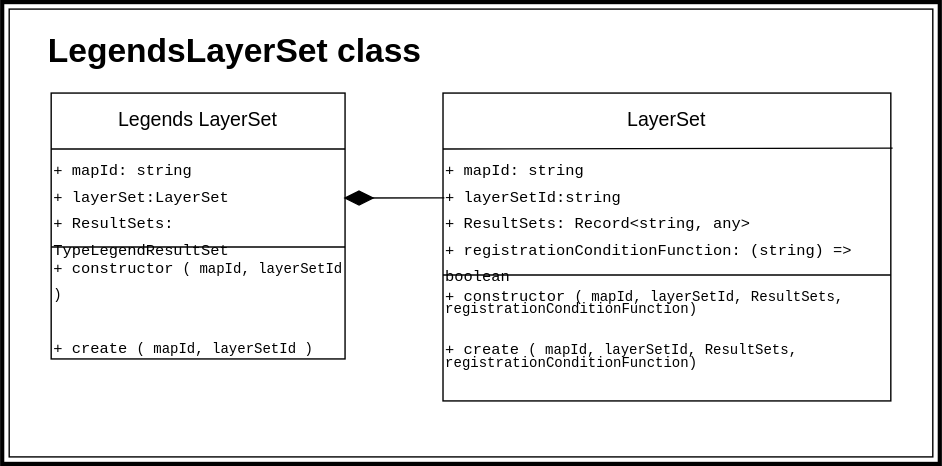
The draw.io diagram docs/app/event/LegendsLayerSet/draw.io/LegendsLayerSet-class.drawio.svg in Canadian-Geospatial-Platform/geoview, before a commit. Source tidied: cells renumbered, new cells last; positions are measured from the earlier drawing's top-left corner, leaving out a move shared by most shapes. The source it was exported from:
```xml
<mxGraphModel background="#ffffff">
  <root>
    <mxCell id="0" />
    <mxCell id="1" parent="0" />
    <mxCell id="2" style="rounded=0;whiteSpace=wrap;html=1;fillColor=none;strokeColor=#000000;" parent="1" vertex="1">
      <mxGeometry x="5" y="5" width="660" height="320" as="geometry" />
    </mxCell>
    <mxCell id="3" style="rounded=0;whiteSpace=wrap;html=1;fillColor=none;strokeColor=#000000;strokeWidth=3;" parent="1" vertex="1">
      <mxGeometry width="670" height="330" as="geometry" />
    </mxCell>
    <mxCell id="4" value="&lt;p style=&quot;margin-bottom: 0cm; line-height: 1.2px;&quot; align=&quot;center&quot; class=&quot;MsoNormal&quot;&gt;&lt;font style=&quot;font-size: 14px;&quot;&gt;Legends&lt;/font&gt;&lt;span style=&quot;font-size: 14px; background-color: initial;&quot;&gt;LayerSet&lt;/span&gt;&lt;/p&gt;" style="rounded=0;whiteSpace=wrap;html=1;labelBackgroundColor=none;fillColor=none;fontColor=#000000;verticalAlign=top;strokeColor=#000000;" parent="1" vertex="1">
      <mxGeometry x="35" y="65" width="210" height="190" as="geometry" />
    </mxCell>
    <mxCell id="5" value="&lt;div style=&quot;font-family: Consolas, &amp;quot;Courier New&amp;quot;, monospace; line-height: 19px; font-size: 10px;&quot;&gt;&lt;font style=&quot;font-size: 10px;&quot;&gt;&lt;span style=&quot;font-size: 11px;&quot;&gt;+ constructor&amp;nbsp;&lt;/span&gt;&lt;font style=&quot;font-size: 10px;&quot;&gt;&lt;span style=&quot;background-color: initial;&quot;&gt;(&lt;/span&gt;&lt;span style=&quot;background-color: initial;&quot;&gt;mapId,&amp;nbsp;&lt;/span&gt;&lt;span style=&quot;background-color: initial;&quot;&gt;layerSetId&lt;/span&gt;&lt;/font&gt;&lt;/font&gt;&lt;span style=&quot;background-color: initial;&quot;&gt;)&lt;/span&gt;&lt;/div&gt;&lt;div style=&quot;font-family: Consolas, &amp;quot;Courier New&amp;quot;, monospace; line-height: 19px; font-size: 10px;&quot;&gt;&lt;font style=&quot;font-size: 10px;&quot;&gt;&lt;br&gt;&lt;/font&gt;&lt;/div&gt;&lt;div style=&quot;font-family: Consolas, &amp;quot;Courier New&amp;quot;, monospace; line-height: 19px; font-size: 10px;&quot;&gt;&lt;font style=&quot;font-size: 10px;&quot;&gt;&lt;span style=&quot;font-size: 11px;&quot;&gt;+ create&lt;/span&gt;&lt;span style=&quot;font-size: 11px; background-color: initial;&quot;&gt;&amp;nbsp;&lt;/span&gt;&lt;font style=&quot;font-size: 10px;&quot;&gt;&lt;span style=&quot;background-color: initial;&quot;&gt;(&lt;/span&gt;&lt;span style=&quot;background-color: initial;&quot;&gt;mapId,&amp;nbsp;&lt;/span&gt;&lt;span style=&quot;background-color: initial;&quot;&gt;layerSetId&lt;/span&gt;&lt;/font&gt;&lt;/font&gt;&lt;span style=&quot;background-color: initial;&quot;&gt;)&lt;/span&gt;&lt;/div&gt;" style="rounded=0;whiteSpace=wrap;html=1;labelBackgroundColor=none;fillColor=none;fontColor=#000000;strokeColor=none;verticalAlign=top;align=left;" parent="1" vertex="1">
      <mxGeometry x="35" y="175" width="210" height="70" as="geometry" />
    </mxCell>
    <mxCell id="6" value="&lt;h1&gt;&lt;font&gt;LegendsLayerSet class&lt;/font&gt;&lt;/h1&gt;" style="text;html=1;spacing=5;spacingTop=-20;whiteSpace=wrap;overflow=hidden;rounded=0;labelBackgroundColor=none;fillColor=none;fontColor=#000000;strokeColor=none;labelBorderColor=none;spacingLeft=-7;" parent="1" vertex="1">
      <mxGeometry x="35" y="15" width="320" height="40" as="geometry" />
    </mxCell>
    <mxCell id="7" style="endArrow=none;html=1;strokeColor=#000000;entryX=1;entryY=1;entryDx=0;entryDy=0;exitX=0;exitY=0;exitDx=0;exitDy=0;" parent="1" edge="1" source="5" target="9">
      <mxGeometry relative="1" as="geometry" />
    </mxCell>
    <mxCell id="8" style="endArrow=none;html=1;strokeColor=#000000;exitX=0;exitY=0;exitDx=0;exitDy=0;entryX=1;entryY=0;entryDx=0;entryDy=0;" parent="1" edge="1" source="9" target="9">
      <mxGeometry relative="1" as="geometry" />
    </mxCell>
    <mxCell id="9" value="&lt;div style=&quot;font-family: Consolas, &amp;quot;Courier New&amp;quot;, monospace; line-height: 19px; font-size: 11px;&quot;&gt;&lt;font style=&quot;font-size: 11px;&quot;&gt;+ mapId: string&lt;/font&gt;&lt;/div&gt;&lt;div style=&quot;font-family: Consolas, &amp;quot;Courier New&amp;quot;, monospace; line-height: 19px; font-size: 11px;&quot;&gt;&lt;font style=&quot;font-size: 11px;&quot;&gt;+&amp;nbsp;layerSet:LayerSet&lt;/font&gt;&lt;/div&gt;&lt;div style=&quot;font-family: Consolas, &amp;quot;Courier New&amp;quot;, monospace; line-height: 19px; font-size: 11px;&quot;&gt;&lt;font style=&quot;font-size: 11px;&quot;&gt;+ ResultSets: TypeLegendResultSet&lt;/font&gt;&lt;/div&gt;" style="rounded=0;whiteSpace=wrap;html=1;labelBackgroundColor=none;fillColor=none;fontColor=#000000;strokeColor=none;verticalAlign=top;align=left;" parent="1" vertex="1">
      <mxGeometry x="35" y="105" width="210" height="70" as="geometry" />
    </mxCell>
    <mxCell id="10" value="&lt;p style=&quot;margin-bottom: 0cm; line-height: 1.2px;&quot; align=&quot;center&quot; class=&quot;MsoNormal&quot;&gt;&lt;font style=&quot;font-size: 14px;&quot;&gt;LayerSet&lt;/font&gt;&lt;/p&gt;" style="rounded=0;whiteSpace=wrap;html=1;labelBackgroundColor=none;fillColor=none;fontColor=#000000;verticalAlign=top;strokeColor=#000000;" parent="1" vertex="1">
      <mxGeometry x="315" y="65" width="320" height="220" as="geometry" />
    </mxCell>
    <mxCell id="11" value="&lt;div style=&quot;font-family: Consolas, &amp;quot;Courier New&amp;quot;, monospace; line-height: 19px; font-size: 11px;&quot;&gt;&lt;font style=&quot;font-size: 11px;&quot;&gt;+ mapId: string&lt;/font&gt;&lt;/div&gt;&lt;div style=&quot;font-family: Consolas, &amp;quot;Courier New&amp;quot;, monospace; line-height: 19px; font-size: 11px;&quot;&gt;&lt;font style=&quot;font-size: 11px;&quot;&gt;+&amp;nbsp;layerSetId:string&lt;/font&gt;&lt;/div&gt;&lt;div style=&quot;font-family: Consolas, &amp;quot;Courier New&amp;quot;, monospace; line-height: 19px; font-size: 11px;&quot;&gt;&lt;font style=&quot;font-size: 11px;&quot;&gt;+ ResultSets: Record&amp;lt;string, any&amp;gt;&lt;/font&gt;&lt;/div&gt;&lt;div style=&quot;font-family: Consolas, &amp;quot;Courier New&amp;quot;, monospace; line-height: 19px; font-size: 11px;&quot;&gt;&lt;font style=&quot;font-size: 11px;&quot;&gt;+&amp;nbsp;registrationConditionFunction: (string) =&amp;gt; boolean&lt;/font&gt;&lt;/div&gt;" style="rounded=0;whiteSpace=wrap;html=1;labelBackgroundColor=none;fillColor=none;fontColor=#000000;strokeColor=none;verticalAlign=top;align=left;" parent="1" vertex="1">
      <mxGeometry x="315" y="105" width="320" height="90" as="geometry" />
    </mxCell>
    <mxCell id="12" value="&lt;div style=&quot;font-family: Consolas, &amp;quot;Courier New&amp;quot;, monospace; line-height: 19px; font-size: 10px;&quot;&gt;&lt;font style=&quot;font-size: 10px;&quot;&gt;&lt;span style=&quot;font-size: 11px;&quot;&gt;+ constructor&amp;nbsp;&lt;/span&gt;&lt;font style=&quot;font-size: 10px;&quot;&gt;&lt;span style=&quot;background-color: initial;&quot;&gt;(&lt;/span&gt;&lt;span style=&quot;background-color: initial;&quot;&gt;mapId,&amp;nbsp;&lt;/span&gt;&lt;span style=&quot;background-color: initial;&quot;&gt;layerSetId,&amp;nbsp;&lt;/span&gt;&lt;span style=&quot;background-color: initial;&quot;&gt;ResultSets,&lt;/span&gt;&lt;/font&gt;&lt;/font&gt;&lt;/div&gt;&lt;div style=&quot;font-family: Consolas, &amp;quot;Courier New&amp;quot;, monospace; line-height: 0%; font-size: 10px;&quot;&gt;&lt;span style=&quot;background-color: initial;&quot;&gt;&lt;font style=&quot;font-size: 10px;&quot;&gt;&amp;nbsp; &amp;nbsp; &amp;nbsp; &amp;nbsp; &amp;nbsp; &amp;nbsp; &amp;nbsp; &amp;nbsp; registrationConditionFunction)&lt;/font&gt;&lt;/span&gt;&lt;/div&gt;&lt;div style=&quot;font-family: Consolas, &amp;quot;Courier New&amp;quot;, monospace; line-height: 19px; font-size: 10px;&quot;&gt;&lt;font style=&quot;font-size: 10px;&quot;&gt;&lt;br&gt;&lt;/font&gt;&lt;/div&gt;&lt;div style=&quot;font-family: Consolas, &amp;quot;Courier New&amp;quot;, monospace; line-height: 19px; font-size: 10px;&quot;&gt;&lt;font style=&quot;font-size: 10px;&quot;&gt;&lt;span style=&quot;font-size: 11px;&quot;&gt;+ create&lt;/span&gt;&lt;span style=&quot;font-size: 11px; background-color: initial;&quot;&gt;&amp;nbsp;&lt;/span&gt;&lt;font style=&quot;font-size: 10px;&quot;&gt;&lt;span style=&quot;background-color: initial;&quot;&gt;(&lt;/span&gt;&lt;span style=&quot;background-color: initial;&quot;&gt;mapId,&amp;nbsp;&lt;/span&gt;&lt;span style=&quot;background-color: initial;&quot;&gt;layerSetId,&amp;nbsp;&lt;/span&gt;&lt;span style=&quot;background-color: initial;&quot;&gt;ResultSets,&lt;/span&gt;&lt;br&gt;&lt;/font&gt;&lt;/font&gt;&lt;/div&gt;&lt;div style=&quot;font-family: Consolas, &amp;quot;Courier New&amp;quot;, monospace; line-height: 0px; font-size: 10px;&quot;&gt;&lt;span style=&quot;background-color: initial;&quot;&gt;&lt;font style=&quot;font-size: 10px;&quot;&gt;&amp;nbsp; &amp;nbsp; &amp;nbsp; &amp;nbsp; &amp;nbsp; &amp;nbsp;registrationConditionFunction)&lt;/font&gt;&lt;/span&gt;&lt;/div&gt;" style="rounded=0;whiteSpace=wrap;html=1;labelBackgroundColor=none;fillColor=none;fontColor=#000000;strokeColor=none;verticalAlign=top;align=left;" parent="1" vertex="1">
      <mxGeometry x="315" y="195" width="320" height="90" as="geometry" />
    </mxCell>
    <mxCell id="13" style="endArrow=none;html=1;strokeColor=#000000;entryX=1.004;entryY=0.179;entryDx=0;entryDy=0;entryPerimeter=0;" parent="1" edge="1" target="10">
      <mxGeometry relative="1" as="geometry">
        <mxPoint x="315" y="105" as="sourcePoint" />
      </mxGeometry>
    </mxCell>
    <mxCell id="14" style="endArrow=none;html=1;strokeColor=#000000;entryX=1;entryY=1;entryDx=0;entryDy=0;" parent="1" edge="1" target="11">
      <mxGeometry relative="1" as="geometry">
        <mxPoint x="315" y="195" as="sourcePoint" />
      </mxGeometry>
    </mxCell>
    <mxCell id="15" style="rhombus;whiteSpace=wrap;html=1;fillColor=#000000;strokeColor=#000000;fillStyle=solid;" parent="1" vertex="1">
      <mxGeometry x="245" y="135" width="20" height="10" as="geometry" />
    </mxCell>
    <mxCell id="16" style="endArrow=none;html=1;exitX=0;exitY=0.5;exitDx=0;exitDy=0;entryX=0.003;entryY=0.388;entryDx=0;entryDy=0;entryPerimeter=0;strokeColor=#000000;" parent="1" edge="1" source="15" target="11">
      <mxGeometry relative="1" as="geometry" />
    </mxCell>
  </root>
</mxGraphModel>
```
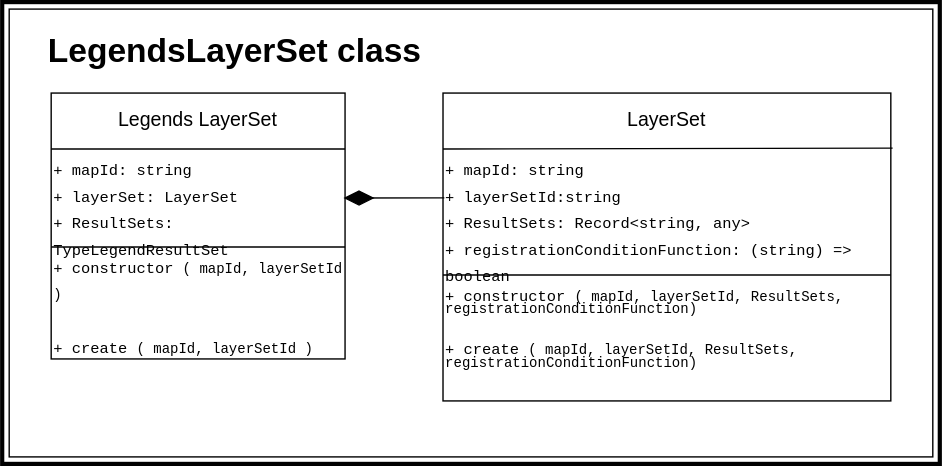
Later version of the same file.

The edit, as a diff of the source:
```diff
@@ -23,7 +23,7 @@
     <mxCell id="8" style="endArrow=none;html=1;strokeColor=#000000;exitX=0;exitY=0;exitDx=0;exitDy=0;entryX=1;entryY=0;entryDx=0;entryDy=0;" parent="1" edge="1" source="9" target="9">
       <mxGeometry relative="1" as="geometry" />
     </mxCell>
-    <mxCell id="9" value="&lt;div style=&quot;font-family: Consolas, &amp;quot;Courier New&amp;quot;, monospace; line-height: 19px; font-size: 11px;&quot;&gt;&lt;font style=&quot;font-size: 11px;&quot;&gt;+ mapId: string&lt;/font&gt;&lt;/div&gt;&lt;div style=&quot;font-family: Consolas, &amp;quot;Courier New&amp;quot;, monospace; line-height: 19px; font-size: 11px;&quot;&gt;&lt;font style=&quot;font-size: 11px;&quot;&gt;+&amp;nbsp;layerSet:LayerSet&lt;/font&gt;&lt;/div&gt;&lt;div style=&quot;font-family: Consolas, &amp;quot;Courier New&amp;quot;, monospace; line-height: 19px; font-size: 11px;&quot;&gt;&lt;font style=&quot;font-size: 11px;&quot;&gt;+ ResultSets: TypeLegendResultSet&lt;/font&gt;&lt;/div&gt;" style="rounded=0;whiteSpace=wrap;html=1;labelBackgroundColor=none;fillColor=none;fontColor=#000000;strokeColor=none;verticalAlign=top;align=left;" parent="1" vertex="1">
+    <mxCell id="9" value="&lt;div style=&quot;font-family: Consolas, &amp;quot;Courier New&amp;quot;, monospace; line-height: 19px; font-size: 11px;&quot;&gt;&lt;font style=&quot;font-size: 11px;&quot;&gt;+ mapId: string&lt;/font&gt;&lt;/div&gt;&lt;div style=&quot;font-family: Consolas, &amp;quot;Courier New&amp;quot;, monospace; line-height: 19px; font-size: 11px;&quot;&gt;&lt;font style=&quot;font-size: 11px;&quot;&gt;+&amp;nbsp;layerSet: LayerSet&lt;/font&gt;&lt;/div&gt;&lt;div style=&quot;font-family: Consolas, &amp;quot;Courier New&amp;quot;, monospace; line-height: 19px; font-size: 11px;&quot;&gt;&lt;font style=&quot;font-size: 11px;&quot;&gt;+ ResultSets: TypeLegendResultSet&lt;/font&gt;&lt;/div&gt;" style="rounded=0;whiteSpace=wrap;html=1;labelBackgroundColor=none;fillColor=none;fontColor=#000000;strokeColor=none;verticalAlign=top;align=left;" parent="1" vertex="1">
       <mxGeometry x="35" y="105" width="210" height="70" as="geometry" />
     </mxCell>
     <mxCell id="10" value="&lt;p style=&quot;margin-bottom: 0cm; line-height: 1.2px;&quot; align=&quot;center&quot; class=&quot;MsoNormal&quot;&gt;&lt;font style=&quot;font-size: 14px;&quot;&gt;LayerSet&lt;/font&gt;&lt;/p&gt;" style="rounded=0;whiteSpace=wrap;html=1;labelBackgroundColor=none;fillColor=none;fontColor=#000000;verticalAlign=top;strokeColor=#000000;" parent="1" vertex="1">
```
